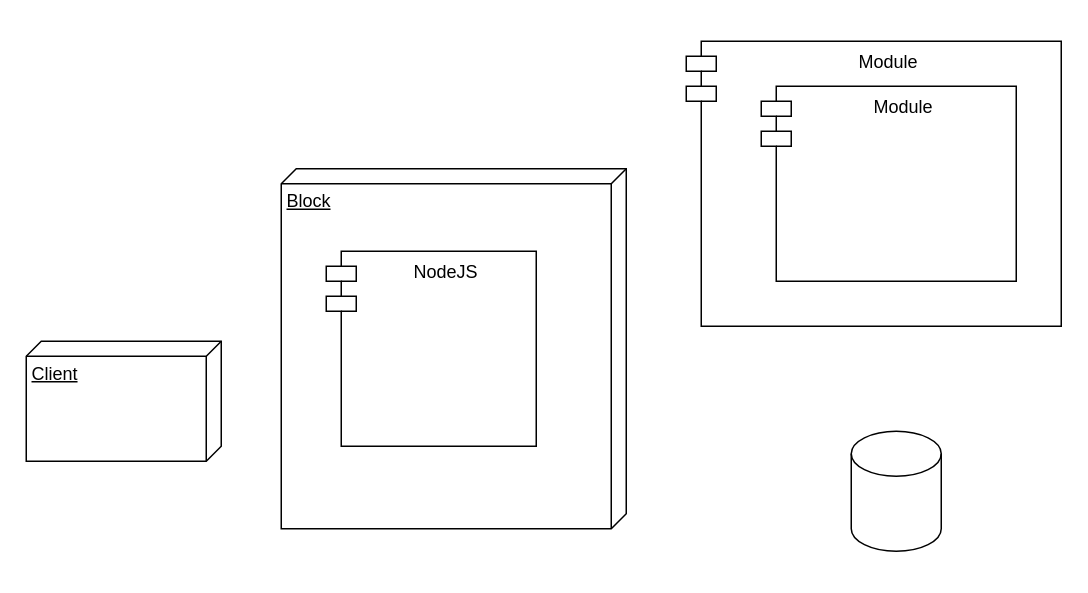
Earlier version of the draw.io diagram page "Page-6" (6 of 6) of UML_diagrams.drawio (IlonaBaran/oracles). Source tidied: cells renumbered, new cells numbered last; positions are measured from the earlier drawing's top-left corner, leaving out a move shared by most shapes. Both pictures are drawn from the tidied source at 150%, with x=0, y=0 at pixel (26, 40).
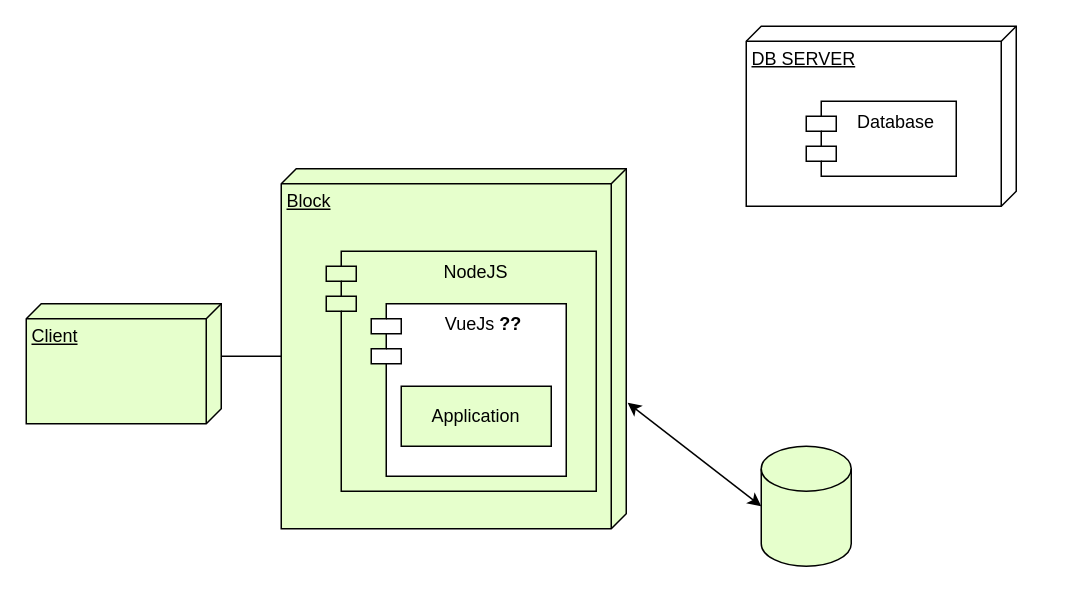
Above is the later version.

What changed in the source:
```diff
@@
 <mxGraphModel>
   <root>
     <mxCell id="0" />
     <mxCell id="1" parent="0" />
-    <mxCell id="2" value="Client" style="verticalAlign=top;align=left;spacingTop=8;spacingLeft=2;spacingRight=12;shape=cube;size=10;direction=south;fontStyle=4;html=1;whiteSpace=wrap;" parent="1" vertex="1">
-      <mxGeometry y="200" width="130" height="80" as="geometry" />
+    <mxCell id="2" value="Client" style="verticalAlign=top;align=left;spacingTop=8;spacingLeft=2;spacingRight=12;shape=cube;size=10;direction=south;fontStyle=4;html=1;whiteSpace=wrap;fillColor=#E6FFCC;" parent="1" vertex="1">
+      <mxGeometry y="175" width="130" height="80" as="geometry" />
     </mxCell>
-    <mxCell id="3" value="Block" style="verticalAlign=top;align=left;spacingTop=8;spacingLeft=2;spacingRight=12;shape=cube;size=10;direction=south;fontStyle=4;html=1;whiteSpace=wrap;" parent="1" vertex="1">
+    <mxCell id="3" value="Block" style="verticalAlign=top;align=left;spacingTop=8;spacingLeft=2;spacingRight=12;shape=cube;size=10;direction=south;fontStyle=4;html=1;whiteSpace=wrap;fillColor=#E6FFCC;" parent="1" vertex="1">
       <mxGeometry x="170" y="85" width="230" height="240" as="geometry" />
     </mxCell>
-    <mxCell id="4" value="NodeJS" style="shape=module;align=left;spacingLeft=20;align=center;verticalAlign=top;whiteSpace=wrap;html=1;" parent="1" vertex="1">
-      <mxGeometry x="200" y="140" width="140" height="130" as="geometry" />
+    <mxCell id="4" value="NodeJS" style="shape=module;align=left;spacingLeft=20;align=center;verticalAlign=top;whiteSpace=wrap;html=1;fillColor=#E6FFCC;" parent="1" vertex="1">
+      <mxGeometry x="200" y="140" width="180" height="160" as="geometry" />
     </mxCell>
-    <mxCell id="5" style="shape=cylinder3;whiteSpace=wrap;html=1;boundedLbl=1;backgroundOutline=1;size=15;" parent="1" vertex="1">
-      <mxGeometry x="550" y="260" width="60" height="80" as="geometry" />
+    <mxCell id="5" style="shape=cylinder3;whiteSpace=wrap;html=1;boundedLbl=1;backgroundOutline=1;size=15;fillColor=#E6FFCC;" parent="1" vertex="1">
+      <mxGeometry x="490" y="270" width="60" height="80" as="geometry" />
     </mxCell>
-    <mxCell id="6" value="Module" style="shape=module;align=left;spacingLeft=20;align=center;verticalAlign=top;whiteSpace=wrap;html=1;" parent="1" vertex="1">
-      <mxGeometry x="440" width="250" height="190" as="geometry" />
-    </mxCell>
-    <mxCell id="7" value="Module" style="shape=module;align=left;spacingLeft=20;align=center;verticalAlign=top;whiteSpace=wrap;html=1;" parent="1" vertex="1">
-      <mxGeometry x="490" y="30" width="170" height="130" as="geometry" />
-    </mxCell>
+    <mxCell id="8" value="&lt;div&gt;VueJs &lt;b&gt;??&lt;/b&gt;&lt;/div&gt;&lt;div&gt;&lt;br&gt;&lt;/div&gt;" style="shape=module;align=left;spacingLeft=20;align=center;verticalAlign=top;whiteSpace=wrap;html=1;" parent="1" vertex="1">
+      <mxGeometry x="230" y="175" width="130" height="115" as="geometry" />
+    </mxCell>
+    <mxCell id="9" value="Application " style="rounded=0;whiteSpace=wrap;html=1;fillColor=#E6FFCC;" parent="1" vertex="1">
+      <mxGeometry x="250" y="230" width="100" height="40" as="geometry" />
+    </mxCell>
+    <mxCell id="10" value="DB SERVER" style="verticalAlign=top;align=left;spacingTop=8;spacingLeft=2;spacingRight=12;shape=cube;size=10;direction=south;fontStyle=4;html=1;whiteSpace=wrap;" parent="1" vertex="1">
+      <mxGeometry x="480" y="-10" width="180" height="120" as="geometry" />
+    </mxCell>
+    <mxCell id="11" value="Database" style="shape=module;align=left;spacingLeft=20;align=center;verticalAlign=top;whiteSpace=wrap;html=1;" parent="1" vertex="1">
+      <mxGeometry x="520" y="40" width="100" height="50" as="geometry" />
+    </mxCell>
+    <mxCell id="12" style="endArrow=none;html=1;rounded=0;entryX=0;entryY=0;entryDx=35;entryDy=0;entryPerimeter=0;exitX=0;exitY=0;exitDx=125;exitDy=230;exitPerimeter=0;" parent="1" edge="1" source="3" target="2">
+      <mxGeometry relative="1" as="geometry" />
+    </mxCell>
+    <mxCell id="13" style="endArrow=classic;startArrow=classic;html=1;rounded=0;entryX=0.65;entryY=-0.004;entryDx=0;entryDy=0;entryPerimeter=0;exitX=0;exitY=0.5;exitDx=0;exitDy=0;exitPerimeter=0;" parent="1" edge="1" source="5" target="3">
+      <mxGeometry relative="1" as="geometry" />
+    </mxCell>
   </root>
 </mxGraphModel>
```
